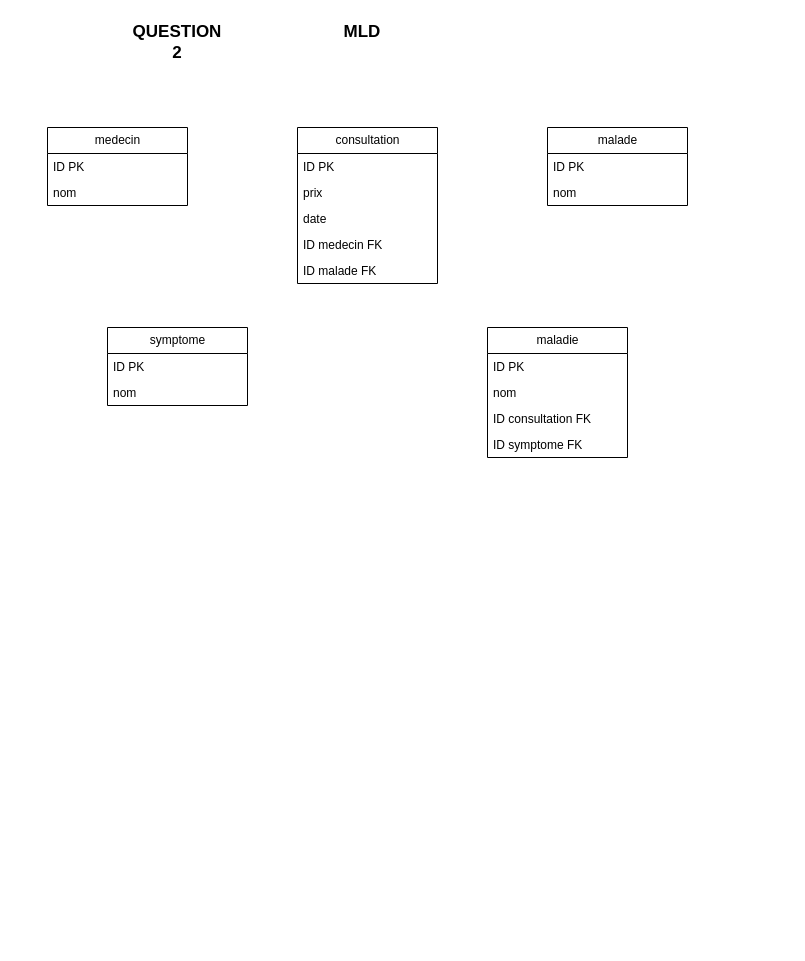
Above: exo2.drawio in alx-unix/eval-bdd (draw.io), before the change. Source tidied: cells renumbered, new cells numbered last; positions are measured from the earlier drawing's top-left corner, leaving out a move shared by most shapes. Both pictures are drawn from the tidied source at 100%, with x=0, y=0 at pixel (47, 17).
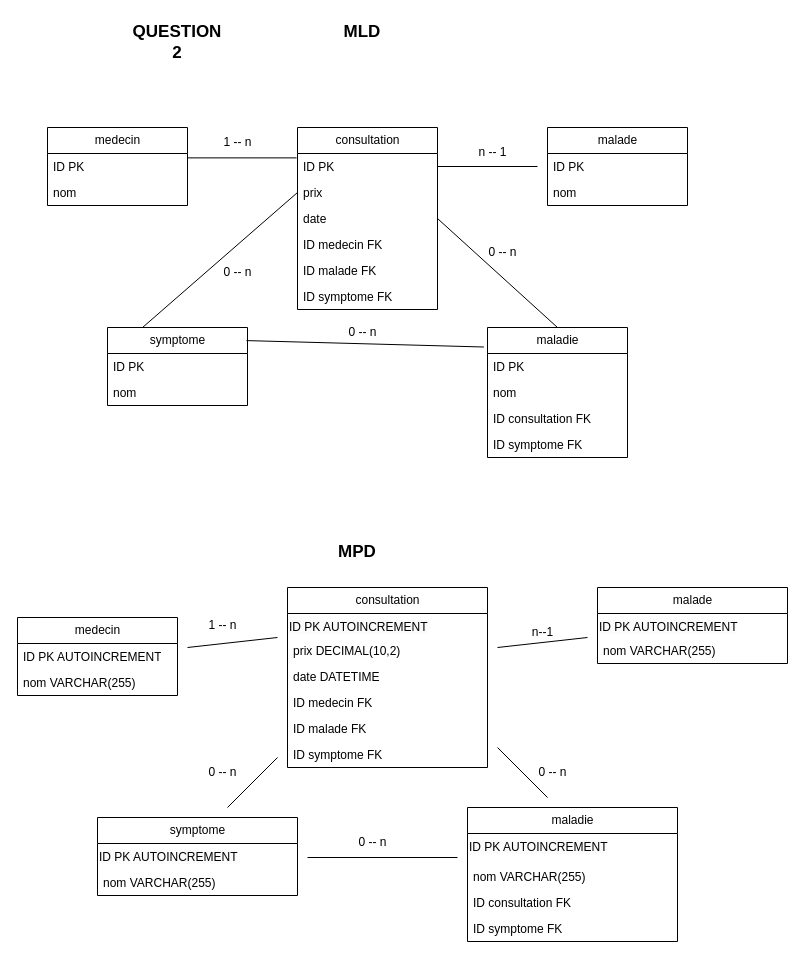
Above is the later version.

The change refers to these unchanged cells:
```xml
<mxCell id="3" value="ID PK" style="text;strokeColor=none;fillColor=none;align=left;verticalAlign=top;spacingLeft=4;spacingRight=4;overflow=hidden;points=[[0,0.5],[1,0.5]];portConstraint=eastwest;whiteSpace=wrap;html=1;" parent="2" vertex="1">
  <mxGeometry y="26" width="140" height="26" as="geometry" />
</mxCell>
<mxCell id="4" value="prix" style="text;strokeColor=none;fillColor=none;align=left;verticalAlign=top;spacingLeft=4;spacingRight=4;overflow=hidden;points=[[0,0.5],[1,0.5]];portConstraint=eastwest;whiteSpace=wrap;html=1;" parent="2" vertex="1">
  <mxGeometry y="52" width="140" height="26" as="geometry" />
</mxCell>
<mxCell id="5" value="date" style="text;strokeColor=none;fillColor=none;align=left;verticalAlign=top;spacingLeft=4;spacingRight=4;overflow=hidden;points=[[0,0.5],[1,0.5]];portConstraint=eastwest;whiteSpace=wrap;html=1;" parent="2" vertex="1">
  <mxGeometry y="78" width="140" height="26" as="geometry" />
</mxCell>
<mxCell id="14" value="ID PK" style="text;strokeColor=none;fillColor=none;align=left;verticalAlign=top;spacingLeft=4;spacingRight=4;overflow=hidden;points=[[0,0.5],[1,0.5]];portConstraint=eastwest;whiteSpace=wrap;html=1;" parent="13" vertex="1">
  <mxGeometry y="26" width="140" height="26" as="geometry" />
</mxCell>
<mxCell id="16" value="symptome" style="swimlane;fontStyle=0;horizontal=1;startSize=26;fillColor=none;html=1;" parent="1" vertex="1">
  <mxGeometry x="60" y="310" width="140" height="78" as="geometry" />
</mxCell>
<mxCell id="19" value="maladie" style="swimlane;fontStyle=0;horizontal=1;startSize=26;fillColor=none;html=1;" parent="1" vertex="1">
  <mxGeometry x="440" y="310" width="140" height="130" as="geometry" />
</mxCell>
```

The edit, as a diff of the source:
```diff
@@
     <mxCell id="2" value="consultation" style="swimlane;fontStyle=0;horizontal=1;startSize=26;fillColor=none;html=1;" parent="1" vertex="1">
-      <mxGeometry x="250" y="110" width="140" height="156" as="geometry" />
+      <mxGeometry x="250" y="110" width="140" height="182" as="geometry" />
     </mxCell>
@@
+    <mxCell id="24" value="ID symptome FK" style="text;strokeColor=none;fillColor=none;align=left;verticalAlign=top;spacingLeft=4;spacingRight=4;overflow=hidden;whiteSpace=wrap;html=1;fontSize=12;" parent="2" vertex="1">
+      <mxGeometry y="156" width="140" height="26" as="geometry" />
+    </mxCell>
@@
+    <mxCell id="25" style="endArrow=none;html=1;fontSize=12;exitX=1;exitY=0.169;exitDx=0;exitDy=0;exitPerimeter=0;entryX=-0.007;entryY=0.169;entryDx=0;entryDy=0;entryPerimeter=0;" parent="1" edge="1" source="14" target="3">
+      <mxGeometry relative="1" as="geometry" />
+    </mxCell>
+    <mxCell id="26" value="1 -- n" style="text;html=1;align=center;verticalAlign=middle;strokeColor=none;fillColor=none;fontSize=12;" parent="1" vertex="1">
+      <mxGeometry x="165" y="110" width="50" height="30" as="geometry" />
+    </mxCell>
+    <mxCell id="27" style="endArrow=none;html=1;fontSize=12;exitX=1;exitY=0.5;exitDx=0;exitDy=0;" parent="1" edge="1" source="3">
+      <mxGeometry relative="1" as="geometry">
+        <mxPoint x="490" y="149" as="targetPoint" />
+      </mxGeometry>
+    </mxCell>
+    <mxCell id="28" value="n -- 1" style="text;html=1;align=center;verticalAlign=middle;strokeColor=none;fillColor=none;fontSize=12;" parent="1" vertex="1">
+      <mxGeometry x="420" y="120" width="50" height="30" as="geometry" />
+    </mxCell>
+    <mxCell id="29" style="endArrow=none;html=1;fontSize=12;exitX=0.5;exitY=0;exitDx=0;exitDy=0;entryX=1;entryY=0.5;entryDx=0;entryDy=0;" parent="1" edge="1" source="19" target="5">
+      <mxGeometry relative="1" as="geometry" />
+    </mxCell>
+    <mxCell id="30" style="endArrow=none;html=1;fontSize=12;entryX=-0.026;entryY=0.15;entryDx=0;entryDy=0;entryPerimeter=0;exitX=0.993;exitY=0.168;exitDx=0;exitDy=0;exitPerimeter=0;" parent="1" edge="1" source="16" target="19">
+      <mxGeometry relative="1" as="geometry" />
+    </mxCell>
+    <mxCell id="31" value="0 -- n" style="text;html=1;align=center;verticalAlign=middle;strokeColor=none;fillColor=none;fontSize=12;" parent="1" vertex="1">
+      <mxGeometry x="290" y="300" width="50" height="30" as="geometry" />
+    </mxCell>
+    <mxCell id="32" style="endArrow=none;html=1;fontSize=12;exitX=0.25;exitY=0;exitDx=0;exitDy=0;entryX=0;entryY=0.5;entryDx=0;entryDy=0;" parent="1" edge="1" source="16" target="4">
+      <mxGeometry relative="1" as="geometry" />
+    </mxCell>
+    <mxCell id="33" value="0 -- n" style="text;html=1;align=center;verticalAlign=middle;strokeColor=none;fillColor=none;fontSize=12;" parent="1" vertex="1">
+      <mxGeometry x="165" y="240" width="50" height="30" as="geometry" />
+    </mxCell>
+    <mxCell id="34" value="0 -- n" style="text;html=1;align=center;verticalAlign=middle;strokeColor=none;fillColor=none;fontSize=12;" parent="1" vertex="1">
+      <mxGeometry x="430" y="220" width="50" height="30" as="geometry" />
+    </mxCell>
+    <mxCell id="35" value="MPD" style="text;html=1;strokeColor=none;fillColor=none;align=center;verticalAlign=middle;whiteSpace=wrap;rounded=0;fontSize=17;fontStyle=1;" parent="1" vertex="1">
+      <mxGeometry x="260" y="520" width="100" height="30" as="geometry" />
+    </mxCell>
+    <mxCell id="36" value="medecin" style="swimlane;fontStyle=0;horizontal=1;startSize=26;fillColor=none;html=1;" parent="1" vertex="1">
+      <mxGeometry x="-30" y="600" width="160" height="78" as="geometry" />
+    </mxCell>
+    <mxCell id="37" value="ID PK AUTOINCREMENT" style="text;strokeColor=none;fillColor=none;align=left;verticalAlign=top;spacingLeft=4;spacingRight=4;overflow=hidden;whiteSpace=wrap;html=1;" parent="36" vertex="1">
+      <mxGeometry y="26" width="160" height="26" as="geometry" />
+    </mxCell>
+    <mxCell id="38" value="nom VARCHAR(255)" style="text;strokeColor=none;fillColor=none;align=left;verticalAlign=top;spacingLeft=4;spacingRight=4;overflow=hidden;whiteSpace=wrap;html=1;" parent="36" vertex="1">
+      <mxGeometry y="52" width="160" height="26" as="geometry" />
+    </mxCell>
+    <mxCell id="39" value="consultation" style="swimlane;fontStyle=0;horizontal=1;startSize=26;fillColor=none;html=1;" parent="1" vertex="1">
+      <mxGeometry x="240" y="570" width="200" height="180" as="geometry" />
+    </mxCell>
+    <mxCell id="40" value="&lt;span style=&quot;color: rgb(0, 0, 0); font-family: Helvetica; font-size: 12px; font-style: normal; font-variant-ligatures: normal; font-variant-caps: normal; font-weight: 400; letter-spacing: normal; orphans: 2; text-align: left; text-indent: 0px; text-transform: none; widows: 2; word-spacing: 0px; -webkit-text-stroke-width: 0px; background-color: rgb(251, 251, 251); text-decoration-thickness: initial; text-decoration-style: initial; text-decoration-color: initial; float: none; display: inline !important;&quot;&gt;ID PK AUTOINCREMENT&lt;/span&gt;" style="text;whiteSpace=wrap;html=1;fontSize=12;" parent="39" vertex="1">
+      <mxGeometry y="26" width="200" height="24" as="geometry" />
+    </mxCell>
+    <mxCell id="41" value="prix DECIMAL(10,2)" style="text;strokeColor=none;fillColor=none;align=left;verticalAlign=top;spacingLeft=4;spacingRight=4;overflow=hidden;whiteSpace=wrap;html=1;" parent="39" vertex="1">
+      <mxGeometry y="50" width="200" height="26" as="geometry" />
+    </mxCell>
+    <mxCell id="42" value="date DATETIME" style="text;strokeColor=none;fillColor=none;align=left;verticalAlign=top;spacingLeft=4;spacingRight=4;overflow=hidden;whiteSpace=wrap;html=1;" parent="39" vertex="1">
+      <mxGeometry y="76" width="200" height="26" as="geometry" />
+    </mxCell>
+    <mxCell id="43" value="ID medecin FK" style="text;strokeColor=none;fillColor=none;align=left;verticalAlign=top;spacingLeft=4;spacingRight=4;overflow=hidden;whiteSpace=wrap;html=1;fontSize=12;" parent="39" vertex="1">
+      <mxGeometry y="102" width="200" height="26" as="geometry" />
+    </mxCell>
+    <mxCell id="44" value="ID malade FK" style="text;strokeColor=none;fillColor=none;align=left;verticalAlign=top;spacingLeft=4;spacingRight=4;overflow=hidden;whiteSpace=wrap;html=1;fontSize=12;" parent="39" vertex="1">
+      <mxGeometry y="128" width="200" height="26" as="geometry" />
+    </mxCell>
+    <mxCell id="45" value="ID symptome FK" style="text;strokeColor=none;fillColor=none;align=left;verticalAlign=top;spacingLeft=4;spacingRight=4;overflow=hidden;whiteSpace=wrap;html=1;fontSize=12;" parent="39" vertex="1">
+      <mxGeometry y="154" width="200" height="26" as="geometry" />
+    </mxCell>
+    <mxCell id="46" value="malade" style="swimlane;fontStyle=0;horizontal=1;startSize=26;fillColor=none;html=1;" parent="1" vertex="1">
+      <mxGeometry x="550" y="570" width="190" height="76" as="geometry" />
+    </mxCell>
+    <mxCell id="47" value="&lt;span style=&quot;color: rgb(0, 0, 0); font-family: Helvetica; font-size: 12px; font-style: normal; font-variant-ligatures: normal; font-variant-caps: normal; font-weight: 400; letter-spacing: normal; orphans: 2; text-align: left; text-indent: 0px; text-transform: none; widows: 2; word-spacing: 0px; -webkit-text-stroke-width: 0px; background-color: rgb(251, 251, 251); text-decoration-thickness: initial; text-decoration-style: initial; text-decoration-color: initial; float: none; display: inline !important;&quot;&gt;ID PK AUTOINCREMENT&lt;/span&gt;" style="text;whiteSpace=wrap;html=1;fontSize=12;" parent="46" vertex="1">
+      <mxGeometry y="26" width="190" height="24" as="geometry" />
+    </mxCell>
+    <mxCell id="48" value="nom VARCHAR(255)" style="text;strokeColor=none;fillColor=none;align=left;verticalAlign=top;spacingLeft=4;spacingRight=4;overflow=hidden;whiteSpace=wrap;html=1;" parent="46" vertex="1">
+      <mxGeometry y="50" width="190" height="26" as="geometry" />
+    </mxCell>
+    <mxCell id="49" value="symptome" style="swimlane;fontStyle=0;horizontal=1;startSize=26;fillColor=none;html=1;" parent="1" vertex="1">
+      <mxGeometry x="50" y="800" width="200" height="78" as="geometry" />
+    </mxCell>
+    <mxCell id="50" value="&lt;span style=&quot;color: rgb(0, 0, 0); font-family: Helvetica; font-size: 12px; font-style: normal; font-variant-ligatures: normal; font-variant-caps: normal; font-weight: 400; letter-spacing: normal; orphans: 2; text-align: left; text-indent: 0px; text-transform: none; widows: 2; word-spacing: 0px; -webkit-text-stroke-width: 0px; background-color: rgb(251, 251, 251); text-decoration-thickness: initial; text-decoration-style: initial; text-decoration-color: initial; float: none; display: inline !important;&quot;&gt;ID PK AUTOINCREMENT&lt;/span&gt;" style="text;whiteSpace=wrap;html=1;fontSize=12;" parent="49" vertex="1">
+      <mxGeometry y="26" width="200" height="26" as="geometry" />
+    </mxCell>
+    <mxCell id="51" value="nom VARCHAR(255)" style="text;strokeColor=none;fillColor=none;align=left;verticalAlign=top;spacingLeft=4;spacingRight=4;overflow=hidden;whiteSpace=wrap;html=1;" parent="49" vertex="1">
+      <mxGeometry y="52" width="200" height="26" as="geometry" />
+    </mxCell>
+    <mxCell id="52" value="maladie" style="swimlane;fontStyle=0;horizontal=1;startSize=26;fillColor=none;html=1;" parent="1" vertex="1">
+      <mxGeometry x="420" y="790" width="210" height="134" as="geometry" />
+    </mxCell>
+    <mxCell id="53" value="&lt;span style=&quot;color: rgb(0, 0, 0); font-family: Helvetica; font-size: 12px; font-style: normal; font-variant-ligatures: normal; font-variant-caps: normal; font-weight: 400; letter-spacing: normal; orphans: 2; text-align: left; text-indent: 0px; text-transform: none; widows: 2; word-spacing: 0px; -webkit-text-stroke-width: 0px; background-color: rgb(251, 251, 251); text-decoration-thickness: initial; text-decoration-style: initial; text-decoration-color: initial; float: none; display: inline !important;&quot;&gt;ID PK AUTOINCREMENT&lt;/span&gt;" style="text;whiteSpace=wrap;html=1;fontSize=12;" parent="52" vertex="1">
+      <mxGeometry y="26" width="210" height="30" as="geometry" />
+    </mxCell>
+    <mxCell id="54" value="nom VARCHAR(255)" style="text;strokeColor=none;fillColor=none;align=left;verticalAlign=top;spacingLeft=4;spacingRight=4;overflow=hidden;whiteSpace=wrap;html=1;" parent="52" vertex="1">
+      <mxGeometry y="56" width="210" height="26" as="geometry" />
+    </mxCell>
+    <mxCell id="55" value="ID consultation FK" style="text;strokeColor=none;fillColor=none;align=left;verticalAlign=top;spacingLeft=4;spacingRight=4;overflow=hidden;whiteSpace=wrap;html=1;" parent="52" vertex="1">
+      <mxGeometry y="82" width="210" height="26" as="geometry" />
+    </mxCell>
+    <mxCell id="56" value="ID symptome FK" style="text;strokeColor=none;fillColor=none;align=left;verticalAlign=top;spacingLeft=4;spacingRight=4;overflow=hidden;whiteSpace=wrap;html=1;fontSize=12;" parent="52" vertex="1">
+      <mxGeometry y="108" width="210" height="26" as="geometry" />
+    </mxCell>
+    <mxCell id="57" style="endArrow=none;html=1;fontSize=12;" parent="1" edge="1">
+      <mxGeometry relative="1" as="geometry">
+        <mxPoint x="180" y="790" as="sourcePoint" />
+        <mxPoint x="230" y="740" as="targetPoint" />
+      </mxGeometry>
+    </mxCell>
+    <mxCell id="58" style="endArrow=none;html=1;fontSize=12;" parent="1" edge="1">
+      <mxGeometry relative="1" as="geometry">
+        <mxPoint x="500" y="780" as="sourcePoint" />
+        <mxPoint x="450" y="730" as="targetPoint" />
+      </mxGeometry>
+    </mxCell>
+    <mxCell id="59" style="endArrow=none;html=1;fontSize=12;" parent="1" edge="1">
+      <mxGeometry relative="1" as="geometry">
+        <mxPoint x="140" y="630" as="sourcePoint" />
+        <mxPoint x="230" y="620" as="targetPoint" />
+      </mxGeometry>
+    </mxCell>
+    <mxCell id="60" style="endArrow=none;html=1;fontSize=12;" parent="1" edge="1">
+      <mxGeometry relative="1" as="geometry">
+        <mxPoint x="260" y="840" as="sourcePoint" />
+        <mxPoint x="410" y="840" as="targetPoint" />
+      </mxGeometry>
+    </mxCell>
+    <mxCell id="61" style="endArrow=none;html=1;fontSize=12;" parent="1" edge="1">
+      <mxGeometry relative="1" as="geometry">
+        <mxPoint x="450" y="630" as="sourcePoint" />
+        <mxPoint x="540" y="620" as="targetPoint" />
+      </mxGeometry>
+    </mxCell>
+    <mxCell id="62" value="0 -- n" style="text;html=1;align=center;verticalAlign=middle;strokeColor=none;fillColor=none;fontSize=12;" parent="1" vertex="1">
+      <mxGeometry x="300" y="810" width="50" height="30" as="geometry" />
+    </mxCell>
+    <mxCell id="63" value="0 -- n" style="text;html=1;align=center;verticalAlign=middle;strokeColor=none;fillColor=none;fontSize=12;" parent="1" vertex="1">
+      <mxGeometry x="150" y="740" width="50" height="30" as="geometry" />
+    </mxCell>
+    <mxCell id="64" value="0 -- n" style="text;html=1;align=center;verticalAlign=middle;strokeColor=none;fillColor=none;fontSize=12;" parent="1" vertex="1">
+      <mxGeometry x="480" y="740" width="50" height="30" as="geometry" />
+    </mxCell>
+    <mxCell id="65" value="1 -- n" style="text;html=1;align=center;verticalAlign=middle;strokeColor=none;fillColor=none;fontSize=12;" parent="1" vertex="1">
+      <mxGeometry x="150" y="593" width="50" height="30" as="geometry" />
+    </mxCell>
+    <mxCell id="66" value="n--1" style="text;html=1;align=center;verticalAlign=middle;strokeColor=none;fillColor=none;fontSize=12;" parent="1" vertex="1">
+      <mxGeometry x="475" y="600" width="40" height="30" as="geometry" />
+    </mxCell>
```
